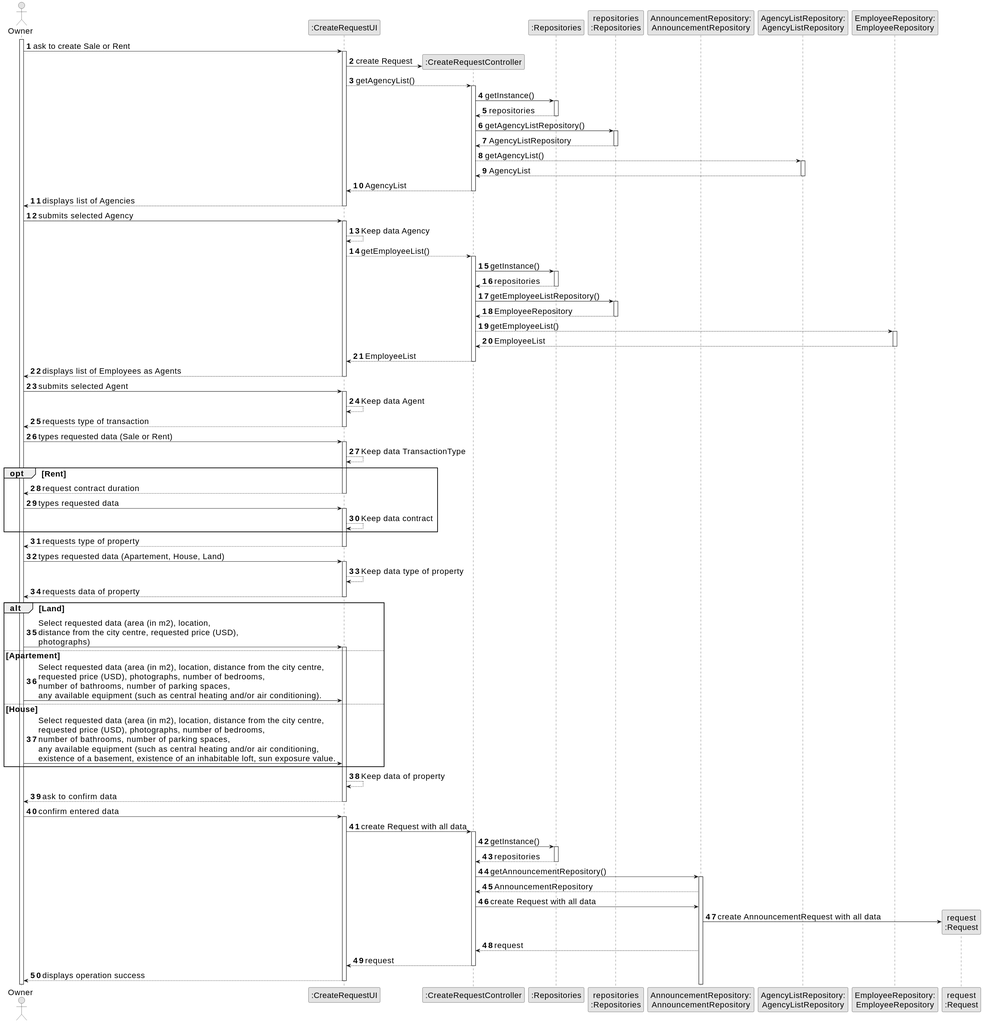
Above: docs/sprintB/us004/03.design/svg/us004-sequence-diagram-full.svg in Goncalves2525/real-estate-management-system (PlantUML), before the change.
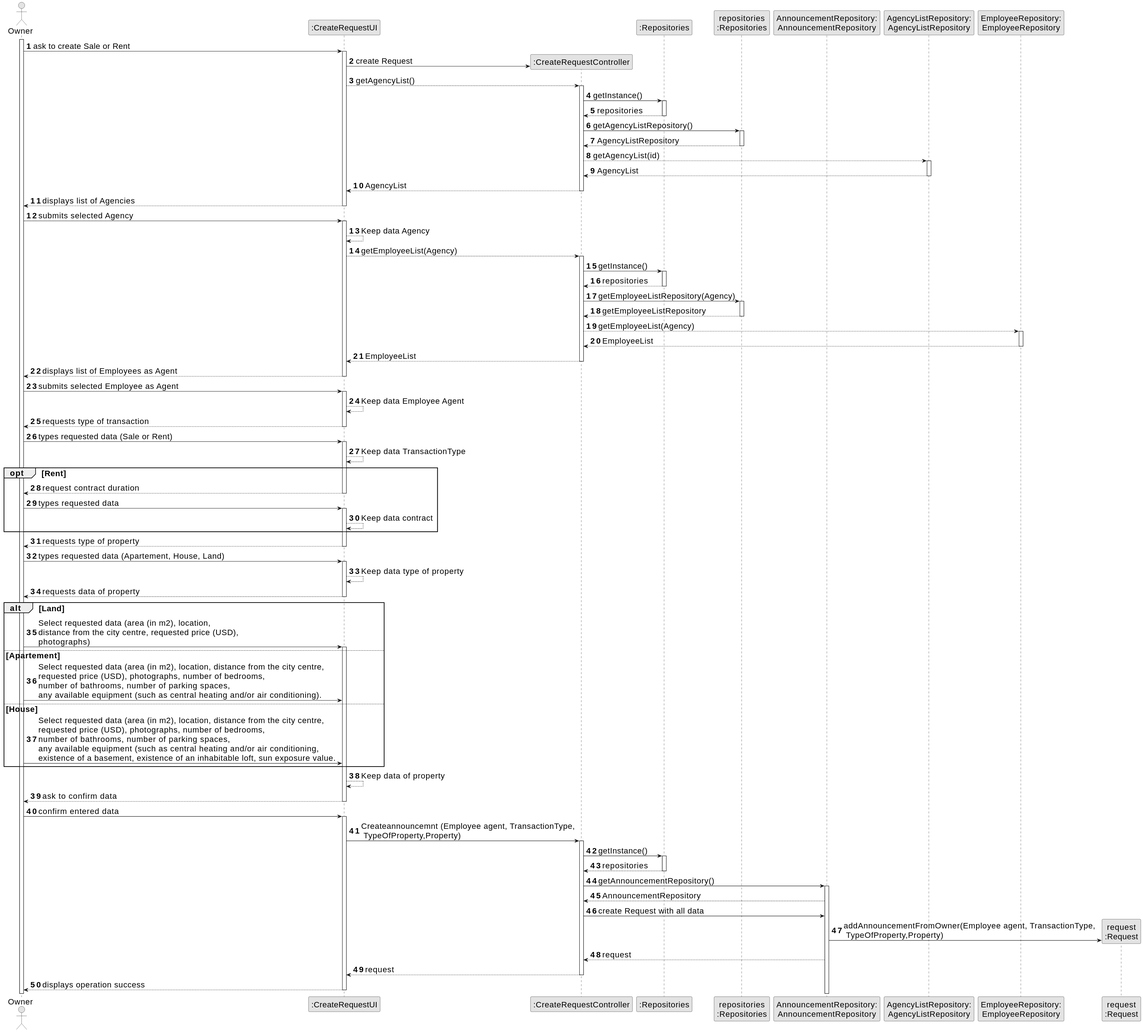
Above is the later version.

What changed in the source:
```diff
@@ -41,7 +41,7 @@
                   PLAT --> CTRL: AgencyListRepository
                   deactivate PLAT
 
-                CTRL --> AgencyListRepository : getAgencyList()
+                CTRL --> AgencyListRepository : getAgencyList(id)
 
                 activate AgencyListRepository
 
@@ -59,7 +59,7 @@
 
                 activate UI
                 UI --> UI : Keep data Agency
-                UI --> CTRL : getEmployeeList()
+                UI --> CTRL : getEmployeeList(Agency)
                 activate CTRL
 
                  CTRL -> RepositorySingleton : getInstance()
@@ -70,15 +70,15 @@
 
                  deactivate RepositorySingleton
 
-                 CTRL -> PLAT : getEmployeeListRepository()
+                 CTRL -> PLAT : getEmployeeListRepository(Agency)
                  activate PLAT
 
-                 PLAT --> CTRL: EmployeeRepository
+                 PLAT --> CTRL: getEmployeeListRepository
                  deactivate PLAT
 
 
 
-                CTRL --> EmployeeRepository : getEmployeeList()
+                CTRL --> EmployeeRepository : getEmployeeList(Agency)
                 activate EmployeeRepository
 
                 EmployeeRepository --> CTRL : EmployeeList
@@ -86,13 +86,13 @@
                 CTRL--> UI : EmployeeList
                 deactivate CTRL
 
-                UI --> OWNER :displays list of Employees as Agents
+                UI --> OWNER :displays list of Employees as Agent
                 deactivate UI
 
 
-                OWNER -> UI : submits selected Agent
+                OWNER -> UI : submits selected Employee as Agent
                 activate UI
-                UI --> UI : Keep data Agent
+                UI --> UI : Keep data Employee Agent
 
 
                     UI --> OWNER : requests type of transaction
@@ -137,7 +137,7 @@
 
                         OWNER -> UI: confirm entered data
                 activate UI
-                UI -> CTRL : create Request with all data
+                UI -> CTRL : Createannouncemnt (Employee agent, TransactionType,\n TypeOfProperty,Property)
                 activate CTRL
                 CTRL -> RepositorySingleton : getInstance()
 
@@ -153,7 +153,7 @@
                  AnnouncementRepository --> CTRL : AnnouncementRepository
                  CTRL -> AnnouncementRepository: create Request with all data
 
-                 AnnouncementRepository -> REQUEST**: create AnnouncementRequest with all data
+                 AnnouncementRepository -> REQUEST**: addAnnouncementFromOwner(Employee agent, TransactionType,\n TypeOfProperty,Property)
                  AnnouncementRepository --> CTRL : request
 
                  CTRL --> UI :request
```
